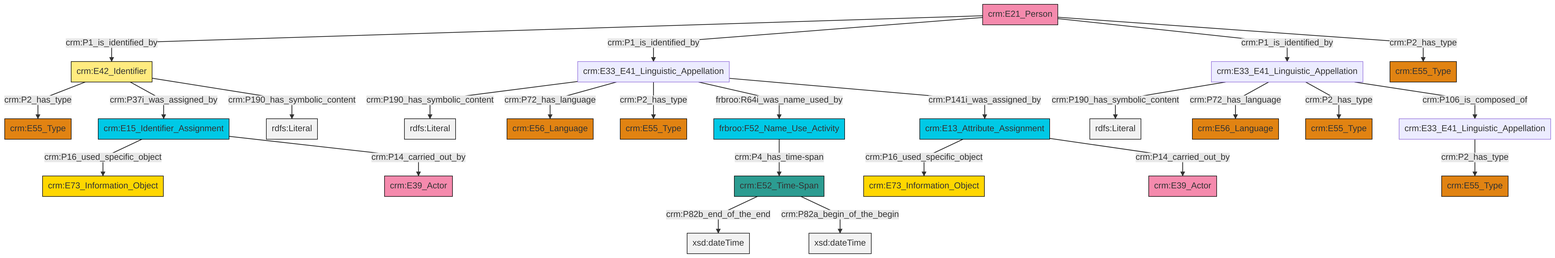
swiss-art-research-net/reference-data-models keeps this Mermaid diagram as et/personCSV/ttl/mmd/png/Person_Names_and_Classification.png. Above is the earlier version. Its source is kept beside it as et/personCSV/ttl/mmd/Person_Names_and_Classification.ttl.mmd.
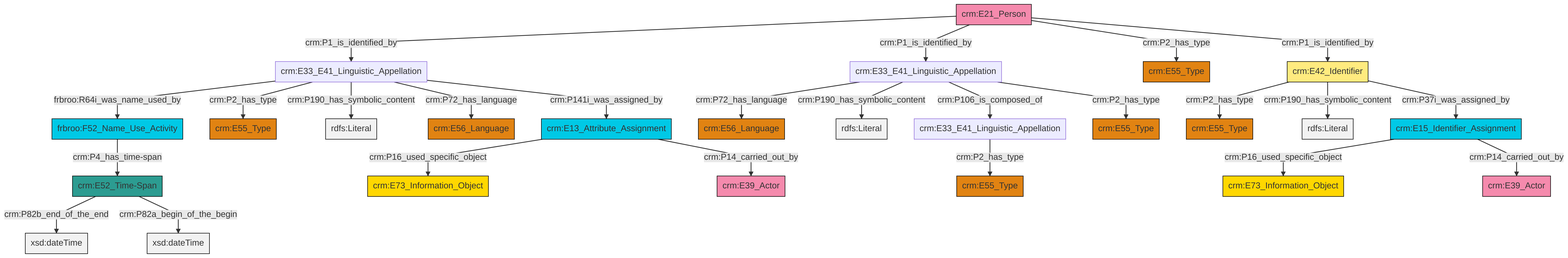
The same file after the commit.

Change to the diagram source:
```diff
@@ -13,27 +13,27 @@
 classDef PC_Classes fill:#4ce600, stroke:#000000;
 classDef Multi fill:#cccccc,stroke:#000000;
 
-4["crm:E33_E41_Linguistic_Appellation"]:::Default -->|crm:P190_has_symbolic_content| 5[rdfs:Literal]:::Literal
-8["crm:E21_Person"]:::Actor -->|crm:P1_is_identified_by| 9["crm:E42_Identifier"]:::Appellation
-8["crm:E21_Person"]:::Actor -->|crm:P1_is_identified_by| 10["crm:E33_E41_Linguistic_Appellation"]:::Default
-9["crm:E42_Identifier"]:::Appellation -->|crm:P2_has_type| 16["crm:E55_Type"]:::Type
-10["crm:E33_E41_Linguistic_Appellation"]:::Default -->|crm:P190_has_symbolic_content| 21[rdfs:Literal]:::Literal
-0["crm:E33_E41_Linguistic_Appellation"]:::Default -->|crm:P2_has_type| 22["crm:E55_Type"]:::Type
-10["crm:E33_E41_Linguistic_Appellation"]:::Default -->|crm:P72_has_language| 2["crm:E56_Language"]:::Type
-18["crm:E52_Time-Span"]:::Time-Span -->|crm:P82b_end_of_the_end| 26[xsd:dateTime]:::Literal
-10["crm:E33_E41_Linguistic_Appellation"]:::Default -->|crm:P2_has_type| 24["crm:E55_Type"]:::Type
-8["crm:E21_Person"]:::Actor -->|crm:P1_is_identified_by| 4["crm:E33_E41_Linguistic_Appellation"]:::Default
-27["crm:E13_Attribute_Assignment"]:::Temporal_Entity -->|crm:P16_used_specific_object| 28["crm:E73_Information_Object"]:::Conceptual_Object
-9["crm:E42_Identifier"]:::Appellation -->|crm:P37i_was_assigned_by| 12["crm:E15_Identifier_Assignment"]:::Temporal_Entity
-4["crm:E33_E41_Linguistic_Appellation"]:::Default -->|crm:P72_has_language| 30["crm:E56_Language"]:::Type
-4["crm:E33_E41_Linguistic_Appellation"]:::Default -->|crm:P2_has_type| 14["crm:E55_Type"]:::Type
-12["crm:E15_Identifier_Assignment"]:::Temporal_Entity -->|crm:P16_used_specific_object| 6["crm:E73_Information_Object"]:::Conceptual_Object
-18["crm:E52_Time-Span"]:::Time-Span -->|crm:P82a_begin_of_the_begin| 32[xsd:dateTime]:::Literal
-12["crm:E15_Identifier_Assignment"]:::Temporal_Entity -->|crm:P14_carried_out_by| 33["crm:E39_Actor"]:::Actor
-8["crm:E21_Person"]:::Actor -->|crm:P2_has_type| 37["crm:E55_Type"]:::Type
-27["crm:E13_Attribute_Assignment"]:::Temporal_Entity -->|crm:P14_carried_out_by| 40["crm:E39_Actor"]:::Actor
-9["crm:E42_Identifier"]:::Appellation -->|crm:P190_has_symbolic_content| 41[rdfs:Literal]:::Literal
-10["crm:E33_E41_Linguistic_Appellation"]:::Default -->|frbroo:R64i_was_name_used_by| 35["frbroo:F52_Name_Use_Activity"]:::Temporal_Entity
-4["crm:E33_E41_Linguistic_Appellation"]:::Default -->|crm:P106_is_composed_of| 0["crm:E33_E41_Linguistic_Appellation"]:::Default
-10["crm:E33_E41_Linguistic_Appellation"]:::Default -->|crm:P141i_was_assigned_by| 27["crm:E13_Attribute_Assignment"]:::Temporal_Entity
-35["frbroo:F52_Name_Use_Activity"]:::Temporal_Entity -->|crm:P4_has_time-span| 18["crm:E52_Time-Span"]:::Time-Span
+2["crm:E13_Attribute_Assignment"]:::Temporal_Entity -->|crm:P16_used_specific_object| 3["crm:E73_Information_Object"]:::Conceptual_Object
+7["crm:E21_Person"]:::Actor -->|crm:P1_is_identified_by| 8["crm:E33_E41_Linguistic_Appellation"]:::Default
+9["crm:E33_E41_Linguistic_Appellation"]:::Default -->|crm:P72_has_language| 10["crm:E56_Language"]:::Type
+9["crm:E33_E41_Linguistic_Appellation"]:::Default -->|crm:P190_has_symbolic_content| 18[rdfs:Literal]:::Literal
+8["crm:E33_E41_Linguistic_Appellation"]:::Default -->|frbroo:R64i_was_name_used_by| 21["frbroo:F52_Name_Use_Activity"]:::Temporal_Entity
+7["crm:E21_Person"]:::Actor -->|crm:P1_is_identified_by| 9["crm:E33_E41_Linguistic_Appellation"]:::Default
+8["crm:E33_E41_Linguistic_Appellation"]:::Default -->|crm:P2_has_type| 19["crm:E55_Type"]:::Type
+8["crm:E33_E41_Linguistic_Appellation"]:::Default -->|crm:P190_has_symbolic_content| 29[rdfs:Literal]:::Literal
+2["crm:E13_Attribute_Assignment"]:::Temporal_Entity -->|crm:P14_carried_out_by| 30["crm:E39_Actor"]:::Actor
+31["crm:E42_Identifier"]:::Appellation -->|crm:P2_has_type| 32["crm:E55_Type"]:::Type
+9["crm:E33_E41_Linguistic_Appellation"]:::Default -->|crm:P106_is_composed_of| 26["crm:E33_E41_Linguistic_Appellation"]:::Default
+9["crm:E33_E41_Linguistic_Appellation"]:::Default -->|crm:P2_has_type| 0["crm:E55_Type"]:::Type
+31["crm:E42_Identifier"]:::Appellation -->|crm:P190_has_symbolic_content| 38[rdfs:Literal]:::Literal
+31["crm:E42_Identifier"]:::Appellation -->|crm:P37i_was_assigned_by| 12["crm:E15_Identifier_Assignment"]:::Temporal_Entity
+26["crm:E33_E41_Linguistic_Appellation"]:::Default -->|crm:P2_has_type| 4["crm:E55_Type"]:::Type
+23["crm:E52_Time-Span"]:::Time-Span -->|crm:P82b_end_of_the_end| 40[xsd:dateTime]:::Literal
+7["crm:E21_Person"]:::Actor -->|crm:P2_has_type| 36["crm:E55_Type"]:::Type
+8["crm:E33_E41_Linguistic_Appellation"]:::Default -->|crm:P72_has_language| 16["crm:E56_Language"]:::Type
+12["crm:E15_Identifier_Assignment"]:::Temporal_Entity -->|crm:P16_used_specific_object| 34["crm:E73_Information_Object"]:::Conceptual_Object
+8["crm:E33_E41_Linguistic_Appellation"]:::Default -->|crm:P141i_was_assigned_by| 2["crm:E13_Attribute_Assignment"]:::Temporal_Entity
+7["crm:E21_Person"]:::Actor -->|crm:P1_is_identified_by| 31["crm:E42_Identifier"]:::Appellation
+12["crm:E15_Identifier_Assignment"]:::Temporal_Entity -->|crm:P14_carried_out_by| 42["crm:E39_Actor"]:::Actor
+21["frbroo:F52_Name_Use_Activity"]:::Temporal_Entity -->|crm:P4_has_time-span| 23["crm:E52_Time-Span"]:::Time-Span
+23["crm:E52_Time-Span"]:::Time-Span -->|crm:P82a_begin_of_the_begin| 46[xsd:dateTime]:::Literal
```
